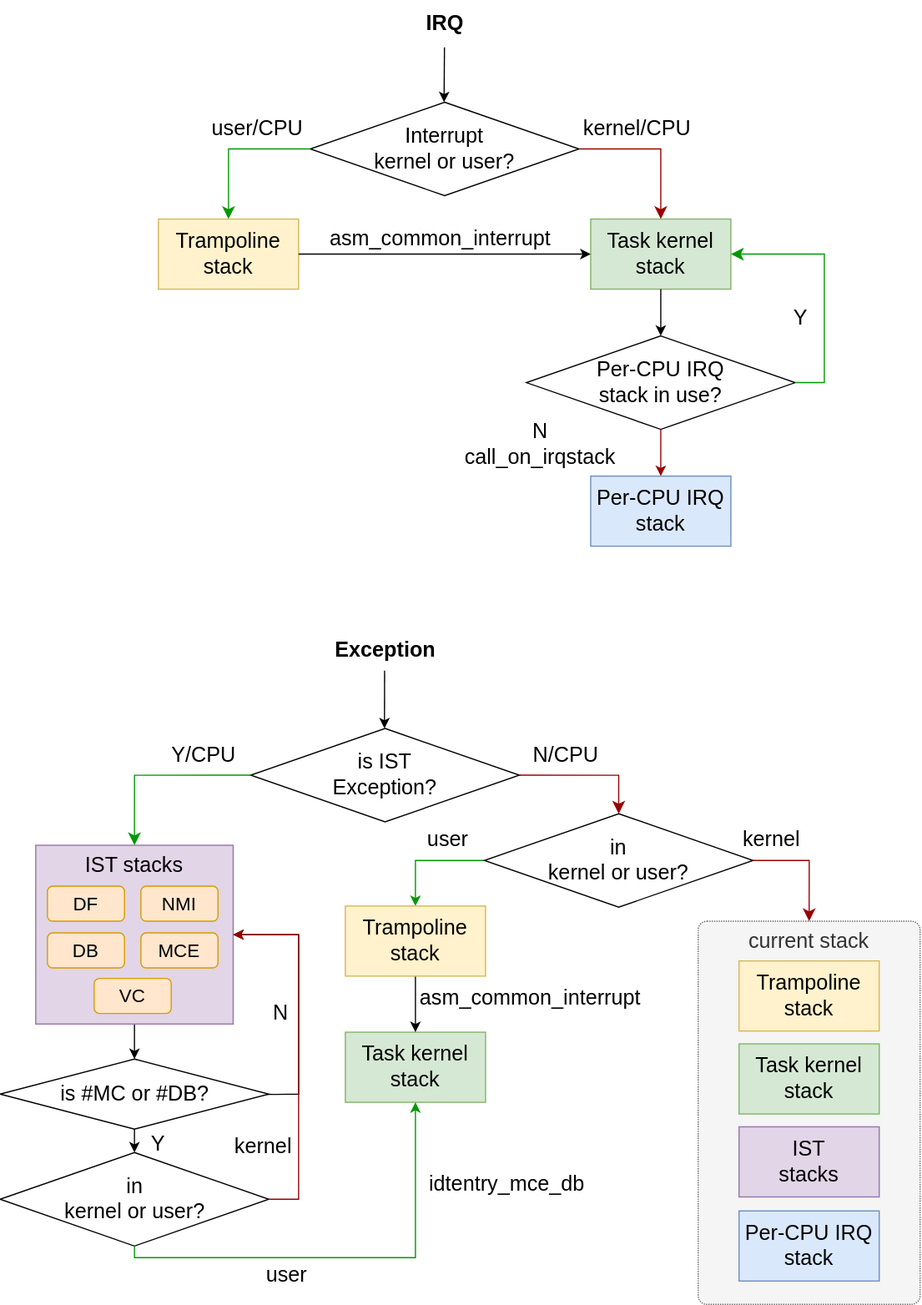
freelancer-leon/notes keeps this draw.io diagram as kernel/pic/irq_exp_stacks.svg. Above is the earlier version. Source tidied: cells renumbered, new cells last; positions are measured from the earlier drawing's top-left corner, leaving out a move shared by most shapes.
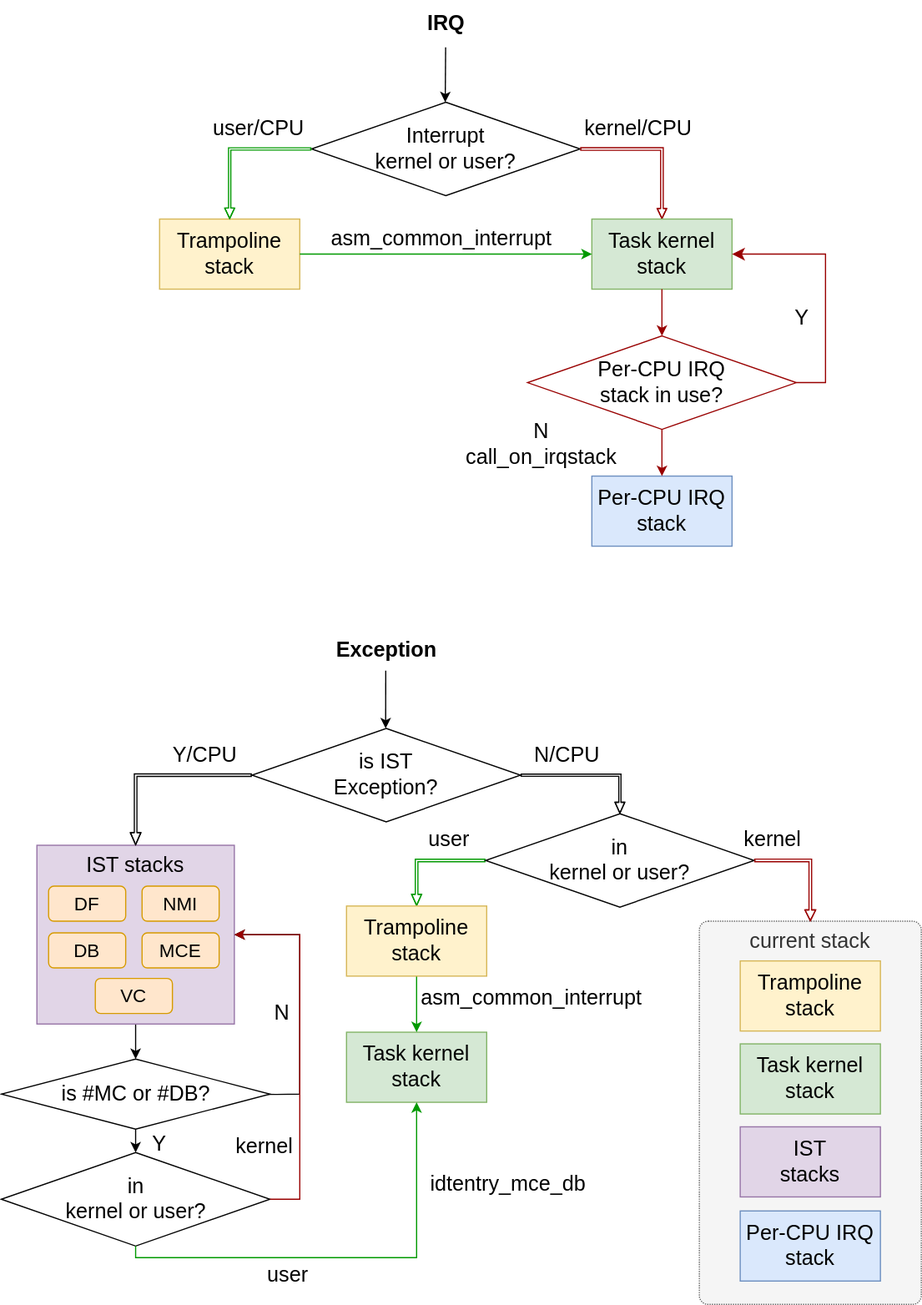
The same diagram one commit later.

Change to the diagram source:
```diff
@@ -13,7 +13,7 @@
     <mxCell id="4" value="&lt;div&gt;&lt;font style=&quot;font-size: 18px;&quot;&gt;Interrupt&lt;/font&gt;&lt;/div&gt;&lt;font style=&quot;font-size: 18px;&quot;&gt;kernel or user?&lt;/font&gt;" style="rhombus;whiteSpace=wrap;html=1;" parent="1" vertex="1">
       <mxGeometry x="266" y="87" width="230" height="80" as="geometry" />
     </mxCell>
-    <mxCell id="5" style="edgeStyle=segmentEdgeStyle;endArrow=classic;html=1;curved=0;rounded=0;endSize=8;startSize=8;exitX=1;exitY=0.5;exitDx=0;exitDy=0;strokeColor=#990000;" parent="1" edge="1" source="4">
+    <mxCell id="5" style="edgeStyle=segmentEdgeStyle;endArrow=classic;html=1;curved=0;rounded=0;exitX=1;exitY=0.5;exitDx=0;exitDy=0;strokeColor=#990000;shape=flexArrow;endSize=2.510614525139665;width=2.23463687150838;endWidth=4.848712178044511;" parent="1" edge="1" source="4">
       <mxGeometry relative="1" as="geometry">
         <mxPoint x="566" y="187" as="targetPoint" />
       </mxGeometry>
@@ -24,13 +24,13 @@
     <mxCell id="7" value="&lt;font style=&quot;font-size: 18px;&quot;&gt;Trampoline stack&lt;/font&gt;" style="rounded=0;whiteSpace=wrap;html=1;fillColor=#fff2cc;strokeColor=#d6b656;" parent="1" vertex="1">
       <mxGeometry x="136" y="187" width="120" height="60" as="geometry" />
     </mxCell>
-    <mxCell id="8" style="edgeStyle=segmentEdgeStyle;endArrow=classic;html=1;curved=0;rounded=0;endSize=8;startSize=8;exitX=0;exitY=0.5;exitDx=0;exitDy=0;entryX=0.5;entryY=0;entryDx=0;entryDy=0;strokeColor=#009900;" parent="1" edge="1" source="4" target="7">
+    <mxCell id="8" style="edgeStyle=segmentEdgeStyle;endArrow=classic;html=1;curved=0;rounded=0;exitX=0;exitY=0.5;exitDx=0;exitDy=0;entryX=0.5;entryY=0;entryDx=0;entryDy=0;strokeColor=#009900;jumpStyle=none;shape=flexArrow;width=1.9444444444444444;endSize=2.6296296296296293;endWidth=5.4681069958847734;" parent="1" edge="1" source="4" target="7">
       <mxGeometry relative="1" as="geometry" />
     </mxCell>
-    <mxCell id="9" value="&lt;div&gt;&lt;span style=&quot;font-size: 18px;&quot;&gt;Per-CPU IRQ&lt;/span&gt;&lt;/div&gt;&lt;div&gt;&lt;span style=&quot;font-size: 18px;&quot;&gt;stack in use?&lt;/span&gt;&lt;/div&gt;" style="rhombus;whiteSpace=wrap;html=1;" parent="1" vertex="1">
+    <mxCell id="9" value="&lt;div&gt;&lt;span style=&quot;font-size: 18px;&quot;&gt;Per-CPU IRQ&lt;/span&gt;&lt;/div&gt;&lt;div&gt;&lt;span style=&quot;font-size: 18px;&quot;&gt;stack in use?&lt;/span&gt;&lt;/div&gt;" style="rhombus;whiteSpace=wrap;html=1;strokeColor=#990000;" parent="1" vertex="1">
       <mxGeometry x="451" y="287" width="230" height="80" as="geometry" />
     </mxCell>
-    <mxCell id="10" style="endArrow=classic;html=1;exitX=0.5;exitY=1;exitDx=0;exitDy=0;entryX=0.5;entryY=0;entryDx=0;entryDy=0;" parent="1" edge="1" source="6" target="9">
+    <mxCell id="10" style="endArrow=classic;html=1;exitX=0.5;exitY=1;exitDx=0;exitDy=0;entryX=0.5;entryY=0;entryDx=0;entryDy=0;strokeColor=#990000;" parent="1" edge="1" source="6" target="9">
       <mxGeometry relative="1" as="geometry" />
     </mxCell>
     <mxCell id="11" value="&lt;font style=&quot;font-size: 18px;&quot;&gt;Per-CPU IRQ&lt;/font&gt;&lt;div&gt;&lt;font style=&quot;font-size: 18px;&quot;&gt;stack&lt;/font&gt;&lt;/div&gt;" style="rounded=0;whiteSpace=wrap;html=1;fillColor=#dae8fc;strokeColor=#6c8ebf;" parent="1" vertex="1">
@@ -39,7 +39,7 @@
     <mxCell id="12" style="endArrow=classic;html=1;exitX=0.5;exitY=1;exitDx=0;exitDy=0;strokeColor=#990000;" parent="1" edge="1" source="9" target="11">
       <mxGeometry relative="1" as="geometry" />
     </mxCell>
-    <mxCell id="13" style="edgeStyle=segmentEdgeStyle;endArrow=classic;html=1;curved=0;rounded=0;endSize=8;startSize=8;exitX=1;exitY=0.5;exitDx=0;exitDy=0;entryX=1;entryY=0.5;entryDx=0;entryDy=0;strokeColor=#009900;" parent="1" edge="1" source="9" target="6">
+    <mxCell id="13" style="edgeStyle=segmentEdgeStyle;endArrow=classic;html=1;curved=0;rounded=0;endSize=8;startSize=8;exitX=1;exitY=0.5;exitDx=0;exitDy=0;entryX=1;entryY=0.5;entryDx=0;entryDy=0;strokeColor=#990000;" parent="1" edge="1" source="9" target="6">
       <mxGeometry relative="1" as="geometry">
         <Array as="points">
           <mxPoint x="706" y="327" />
@@ -47,7 +47,7 @@
         </Array>
       </mxGeometry>
     </mxCell>
-    <mxCell id="14" style="endArrow=classic;html=1;exitX=1;exitY=0.5;exitDx=0;exitDy=0;entryX=0;entryY=0.5;entryDx=0;entryDy=0;" parent="1" edge="1" source="7" target="6">
+    <mxCell id="14" style="endArrow=classic;html=1;exitX=1;exitY=0.5;exitDx=0;exitDy=0;entryX=0;entryY=0.5;entryDx=0;entryDy=0;strokeColor=#009900;shadow=0;flowAnimation=0;" parent="1" edge="1" source="7" target="6">
       <mxGeometry relative="1" as="geometry" />
     </mxCell>
     <mxCell id="15" value="&lt;font style=&quot;font-size: 18px;&quot;&gt;kernel/CPU&lt;/font&gt;" style="text;html=1;align=center;verticalAlign=middle;whiteSpace=wrap;rounded=0;" parent="1" vertex="1">
@@ -76,7 +76,7 @@
     <mxCell id="22" value="&lt;div&gt;&lt;span style=&quot;font-size: 18px;&quot;&gt;is IST&lt;/span&gt;&lt;/div&gt;&lt;div&gt;&lt;span style=&quot;font-size: 18px;&quot;&gt;Exception?&lt;/span&gt;&lt;/div&gt;" style="rhombus;whiteSpace=wrap;html=1;" parent="1" vertex="1">
       <mxGeometry x="215" y="623" width="230" height="80" as="geometry" />
     </mxCell>
-    <mxCell id="23" style="edgeStyle=segmentEdgeStyle;endArrow=classic;html=1;curved=0;rounded=0;endSize=8;startSize=8;exitX=1;exitY=0.5;exitDx=0;exitDy=0;entryX=0.5;entryY=0;entryDx=0;entryDy=0;strokeColor=#990000;" parent="1" edge="1" source="22" target="29">
+    <mxCell id="23" style="edgeStyle=segmentEdgeStyle;endArrow=classic;html=1;curved=0;rounded=0;exitX=1;exitY=0.5;exitDx=0;exitDy=0;entryX=0.5;entryY=0;entryDx=0;entryDy=0;strokeColor=#000000;shape=flexArrow;width=1.871345029239766;endSize=2.7625730994152047;endWidth=5.51212338839301;" parent="1" edge="1" source="22" target="29">
       <mxGeometry relative="1" as="geometry" />
     </mxCell>
     <mxCell id="24" value="&lt;font style=&quot;font-size: 18px;&quot;&gt;Task kernel stack&lt;/font&gt;" style="rounded=0;whiteSpace=wrap;html=1;fillColor=#d5e8d4;strokeColor=#82b366;gradientColor=none;" parent="1" vertex="1">
@@ -88,16 +88,16 @@
     <mxCell id="26" value="&lt;font style=&quot;font-size: 18px;&quot;&gt;IST stacks&lt;/font&gt;" style="rounded=0;whiteSpace=wrap;html=1;fillColor=#e1d5e7;strokeColor=#9673a6;align=center;verticalAlign=top;" parent="1" vertex="1">
       <mxGeometry x="31" y="723" width="169" height="153" as="geometry" />
     </mxCell>
-    <mxCell id="27" style="edgeStyle=segmentEdgeStyle;endArrow=classic;html=1;curved=0;rounded=0;endSize=8;startSize=8;exitX=0;exitY=0.5;exitDx=0;exitDy=0;entryX=0.5;entryY=0;entryDx=0;entryDy=0;strokeColor=#009900;" parent="1" edge="1" source="22" target="26">
+    <mxCell id="27" style="edgeStyle=segmentEdgeStyle;endArrow=classic;html=1;curved=0;rounded=0;exitX=0;exitY=0.5;exitDx=0;exitDy=0;entryX=0.5;entryY=0;entryDx=0;entryDy=0;strokeColor=#000000;shape=flexArrow;width=2.2222222222222223;endSize=3.1061452513966485;endWidth=5.785226567349473;" parent="1" edge="1" source="22" target="26">
       <mxGeometry relative="1" as="geometry" />
     </mxCell>
-    <mxCell id="28" style="edgeStyle=orthogonalEdgeStyle;html=1;entryX=0.5;entryY=0;entryDx=0;entryDy=0;exitX=0;exitY=0.5;exitDx=0;exitDy=0;rounded=0;curved=0;strokeColor=#009900;" parent="1" edge="1" source="29" target="40">
+    <mxCell id="28" style="edgeStyle=orthogonalEdgeStyle;html=1;entryX=0.5;entryY=0;entryDx=0;entryDy=0;exitX=0;exitY=0.5;exitDx=0;exitDy=0;rounded=0;curved=0;strokeColor=#009900;shape=flexArrow;width=2.2222222222222223;endSize=2.841666666666667;endWidth=5.330687830687831;" parent="1" edge="1" source="29" target="40">
       <mxGeometry relative="1" as="geometry" />
     </mxCell>
     <mxCell id="29" value="&lt;div&gt;&lt;span style=&quot;font-size: 18px;&quot;&gt;in&lt;/span&gt;&lt;/div&gt;&lt;div&gt;&lt;span style=&quot;font-size: 18px;&quot;&gt;kernel or user?&lt;/span&gt;&lt;/div&gt;" style="rhombus;whiteSpace=wrap;html=1;" parent="1" vertex="1">
       <mxGeometry x="415" y="696" width="230" height="80" as="geometry" />
     </mxCell>
-    <mxCell id="30" style="endArrow=classic;html=1;exitX=0.5;exitY=1;exitDx=0;exitDy=0;" parent="1" edge="1" source="40" target="24">
+    <mxCell id="30" style="endArrow=classic;html=1;exitX=0.5;exitY=1;exitDx=0;exitDy=0;strokeColor=#009900;" parent="1" edge="1" source="40" target="24">
       <mxGeometry relative="1" as="geometry" />
     </mxCell>
     <mxCell id="31" value="&lt;span style=&quot;font-size: 18px;&quot;&gt;current stack&lt;/span&gt;" style="rounded=1;whiteSpace=wrap;html=1;verticalAlign=top;dashed=1;dashPattern=1 1;glass=0;shadow=0;arcSize=4;fillColor=#f5f5f5;fontColor=#333333;strokeColor=#666666;" parent="1" vertex="1">
@@ -136,7 +136,7 @@
     <mxCell id="42" value="&lt;font style=&quot;font-size: 18px;&quot;&gt;kernel&lt;/font&gt;" style="text;html=1;align=center;verticalAlign=middle;whiteSpace=wrap;rounded=0;" parent="1" vertex="1">
       <mxGeometry x="631" y="703" width="60" height="30" as="geometry" />
     </mxCell>
-    <mxCell id="43" style="edgeStyle=segmentEdgeStyle;endArrow=classic;html=1;curved=0;rounded=0;endSize=8;startSize=8;entryX=0.5;entryY=0;entryDx=0;entryDy=0;strokeColor=#990000;" parent="1" edge="1" source="29" target="31">
+    <mxCell id="43" style="edgeStyle=segmentEdgeStyle;endArrow=classic;html=1;curved=0;rounded=0;entryX=0.5;entryY=0;entryDx=0;entryDy=0;strokeColor=#990000;shape=flexArrow;width=2.2680412371134024;endSize=2.711340206185567;endWidth=5.924115208842598;" parent="1" edge="1" source="29" target="31">
       <mxGeometry relative="1" as="geometry" />
     </mxCell>
     <mxCell id="44" value="&lt;font style=&quot;font-size: 18px;&quot;&gt;Trampoline stack&lt;/font&gt;" style="rounded=0;whiteSpace=wrap;html=1;fillColor=#fff2cc;strokeColor=#d6b656;" parent="1" vertex="1">
```
